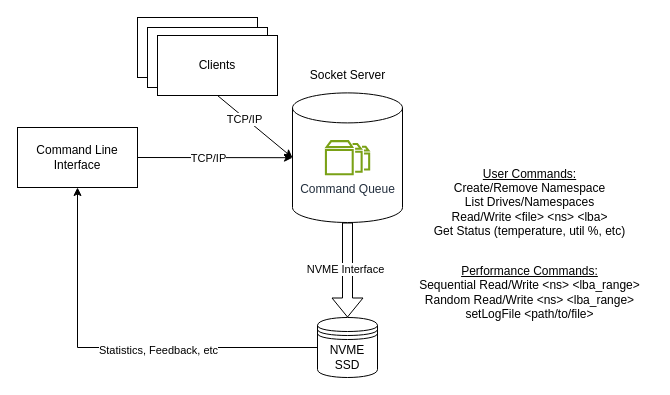
This is Wiki_Files/Project_Diagram.drawio from cu-ecen-aeld/final-project-zanemcmorris, a draw.io file, before an edit. Source tidied: cells renumbered, new cells numbered last; positions are measured from the earlier drawing's top-left corner, leaving out a move shared by most shapes. Both pictures are drawn from the tidied source at 100%, with x=0, y=0 at pixel (17, 17).
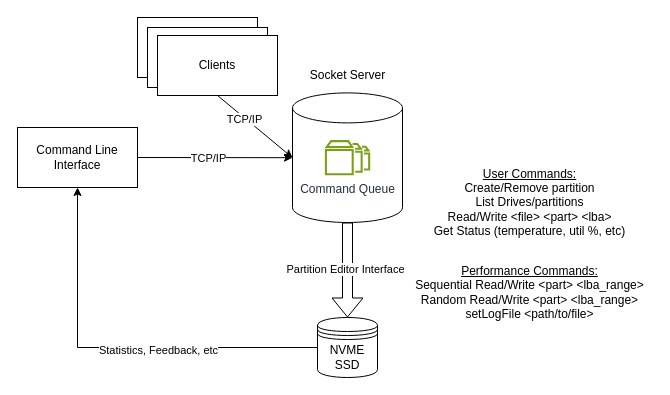
The same diagram, later.

Unchanged cells that the change refers to:
```xml
<mxCell id="4" style="shape=flexArrow;endArrow=classic;html=1;rounded=0;exitX=0.5;exitY=1;exitDx=0;exitDy=0;exitPerimeter=0;entryX=0.5;entryY=0;entryDx=0;entryDy=0;" parent="1" edge="1" source="17" target="2">
  <mxGeometry relative="1" as="geometry" />
</mxCell>
```

Change to the diagram source:
```diff
@@
-    <mxCell id="5" value="NVME Interface" style="edgeLabel;html=1;align=center;verticalAlign=middle;" parent="4" vertex="1">
+    <mxCell id="5" value="Partition Editor Interface" style="edgeLabel;html=1;align=center;verticalAlign=middle;" parent="4" vertex="1">
       <mxGeometry x="-0.03" y="-3" relative="1" as="geometry" />
     </mxCell>
@@
-    <mxCell id="8" value="&lt;u&gt;User Commands:&lt;/u&gt;&lt;br&gt;Create/Remove Namespace&lt;br&gt;List Drives/Namespaces&lt;br&gt;Read/Write &amp;lt;file&amp;gt; &amp;lt;ns&amp;gt; &amp;lt;lba&amp;gt;&lt;br&gt;Get Status (temperature, util %, etc)" style="text;html=1;align=center;verticalAlign=middle;whiteSpace=wrap;rounded=0;" parent="1" vertex="1">
+    <mxCell id="8" value="&lt;u&gt;User Commands:&lt;/u&gt;&lt;br&gt;Create/Remove partition&lt;br&gt;List Drives/partitions&lt;br&gt;Read/Write &amp;lt;file&amp;gt; &amp;lt;part&amp;gt; &amp;lt;lba&amp;gt;&lt;br&gt;Get Status (temperature, util %, etc)" style="text;html=1;align=center;verticalAlign=middle;whiteSpace=wrap;rounded=0;" parent="1" vertex="1">
       <mxGeometry x="410" y="140" width="205" height="90" as="geometry" />
     </mxCell>
-    <mxCell id="9" value="&lt;u&gt;Performance Commands:&lt;/u&gt;&lt;br&gt;Sequential Read/Write &amp;lt;ns&amp;gt; &amp;lt;lba_range&amp;gt;&lt;br&gt;Random Read/Write &amp;lt;ns&amp;gt; &amp;lt;lba_range&amp;gt;&lt;br&gt;setLogFile &amp;lt;path/to/file&amp;gt;" style="text;html=1;align=center;verticalAlign=middle;whiteSpace=wrap;rounded=0;" parent="1" vertex="1">
+    <mxCell id="9" value="&lt;u&gt;Performance Commands:&lt;/u&gt;&lt;br&gt;Sequential Read/Write &amp;lt;part&amp;gt; &amp;lt;lba_range&amp;gt;&lt;br&gt;Random Read/Write &amp;lt;part&amp;gt; &amp;lt;lba_range&amp;gt;&lt;br&gt;setLogFile &amp;lt;path/to/file&amp;gt;" style="text;html=1;align=center;verticalAlign=middle;whiteSpace=wrap;rounded=0;" parent="1" vertex="1">
       <mxGeometry x="390" y="230" width="245" height="90" as="geometry" />
     </mxCell>
```
